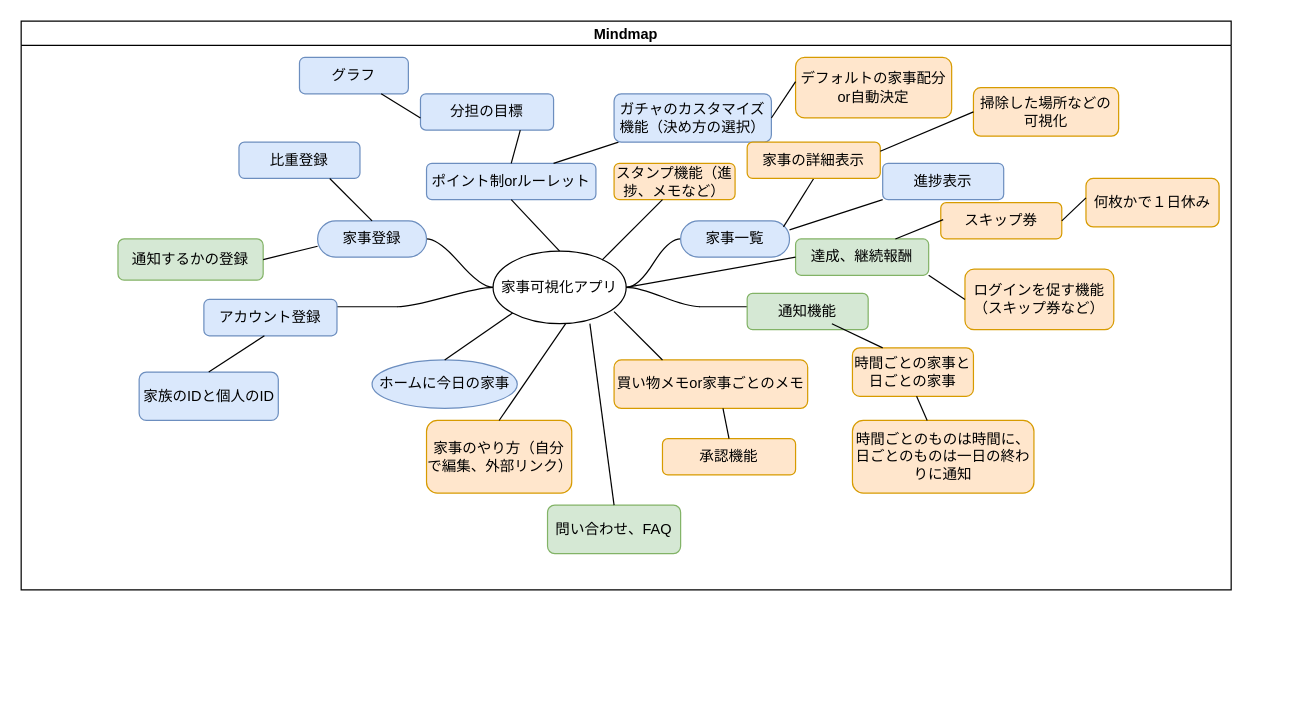
plusdojo2025/E1 keeps this draw.io diagram as documents/mindmap.drawio. Above is the earlier version. Source tidied: cells renumbered, new cells numbered last; positions are measured from the earlier drawing's top-left corner, leaving out a move shared by most shapes. Both pictures are drawn from the tidied source at 121%, with x=0, y=0 at pixel (21, 21).
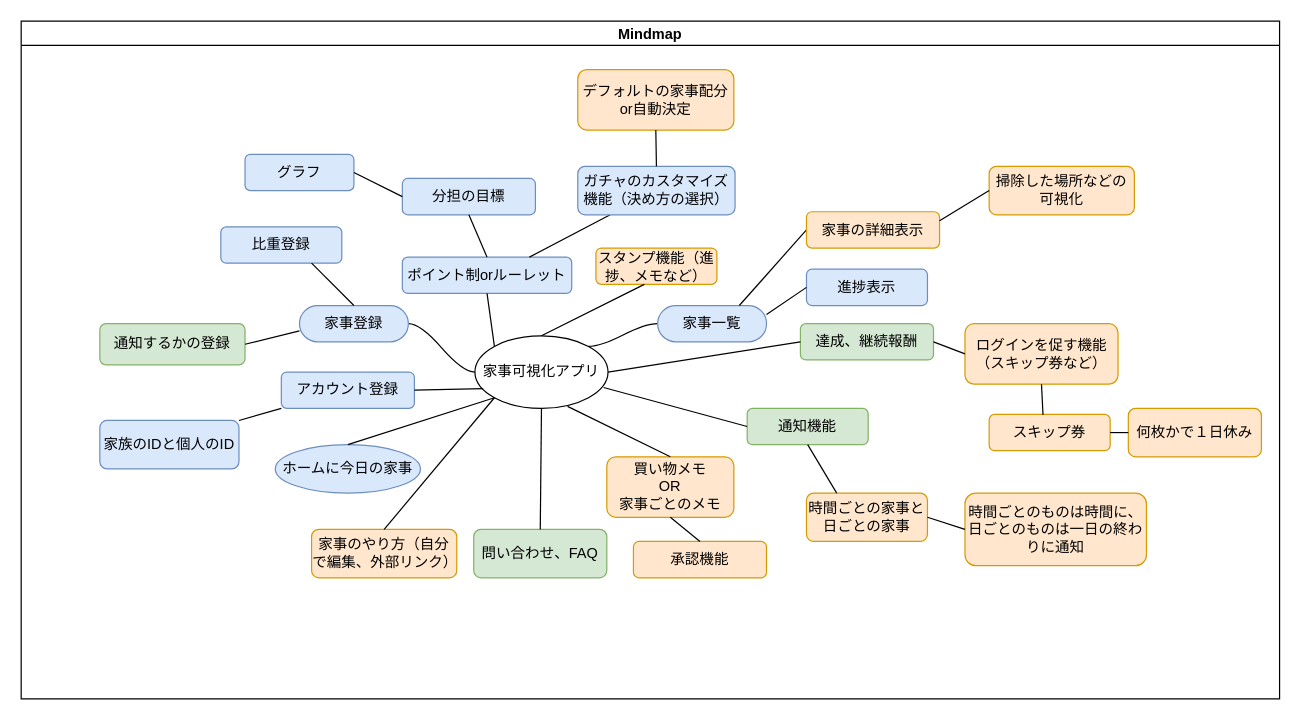
The same diagram, later.

The edit, as a diff of the source:
```diff
@@
     <mxCell id="2" value="Mindmap" style="swimlane;startSize=20;horizontal=1;containerType=tree;" parent="1" vertex="1">
-      <mxGeometry width="1000" height="470" as="geometry" />
+      <mxGeometry width="1040" height="560" as="geometry" />
     </mxCell>
-    <mxCell id="3" style="edgeStyle=entityRelationEdgeStyle;startArrow=none;endArrow=none;segment=10;curved=1;sourcePerimeterSpacing=0;targetPerimeterSpacing=0;" parent="2" edge="1" source="7" target="8">
+    <mxCell id="3" style="edgeStyle=entityRelationEdgeStyle;startArrow=none;endArrow=none;segment=10;curved=1;sourcePerimeterSpacing=0;targetPerimeterSpacing=0;exitX=1;exitY=0;exitDx=0;exitDy=0;" parent="2" edge="1" source="7" target="8">
       <mxGeometry relative="1" as="geometry" />
     </mxCell>
-    <mxCell id="4" style="edgeStyle=entityRelationEdgeStyle;startArrow=none;endArrow=none;segment=10;curved=1;sourcePerimeterSpacing=0;targetPerimeterSpacing=0;" parent="2" edge="1" source="7" target="9">
-      <mxGeometry relative="1" as="geometry" />
-    </mxCell>
@@
-    <mxCell id="6" style="edgeStyle=entityRelationEdgeStyle;startArrow=none;endArrow=none;segment=10;curved=1;sourcePerimeterSpacing=0;targetPerimeterSpacing=0;" parent="2" edge="1" source="7" target="11">
-      <mxGeometry relative="1" as="geometry" />
-    </mxCell>
     <mxCell id="7" value="家事可視化アプリ" style="ellipse;whiteSpace=wrap;html=1;align=center;newEdgeStyle={&quot;edgeStyle&quot;:&quot;entityRelationEdgeStyle&quot;,&quot;startArrow&quot;:&quot;none&quot;,&quot;endArrow&quot;:&quot;none&quot;,&quot;segment&quot;:10,&quot;curved&quot;:1,&quot;sourcePerimeterSpacing&quot;:0,&quot;targetPerimeterSpacing&quot;:0};" parent="2" vertex="1">
-      <mxGeometry x="390" y="190" width="110" height="60" as="geometry" />
+      <mxGeometry x="375" y="260" width="110" height="60" as="geometry" />
     </mxCell>
     <mxCell id="8" value="家事一覧" style="whiteSpace=wrap;html=1;rounded=1;arcSize=50;align=center;verticalAlign=middle;strokeWidth=1;spacing=4;newEdgeStyle={&quot;edgeStyle&quot;:&quot;entityRelationEdgeStyle&quot;,&quot;startArrow&quot;:&quot;none&quot;,&quot;endArrow&quot;:&quot;none&quot;,&quot;segment&quot;:10,&quot;curved&quot;:1,&quot;sourcePerimeterSpacing&quot;:0,&quot;targetPerimeterSpacing&quot;:0};fillColor=#dae8fc;strokeColor=#6c8ebf;" parent="2" vertex="1">
-      <mxGeometry x="545" y="165" width="90" height="30" as="geometry" />
+      <mxGeometry x="526" y="235" width="90" height="30" as="geometry" />
     </mxCell>
-    <mxCell id="9" style="whiteSpace=wrap;html=1;shape=partialRectangle;top=0;left=0;bottom=1;right=0;points=[[0,1],[1,1]];fillColor=none;align=center;verticalAlign=bottom;routingCenterY=0.5;snapToPoint=1;newEdgeStyle={&quot;edgeStyle&quot;:&quot;entityRelationEdgeStyle&quot;,&quot;startArrow&quot;:&quot;none&quot;,&quot;endArrow&quot;:&quot;none&quot;,&quot;segment&quot;:10,&quot;curved&quot;:1,&quot;sourcePerimeterSpacing&quot;:0,&quot;targetPerimeterSpacing&quot;:0};" parent="2" vertex="1">
-      <mxGeometry x="561" y="196" width="50" height="40" as="geometry" />
-    </mxCell>
     <mxCell id="10" value="家事登録" style="whiteSpace=wrap;html=1;rounded=1;arcSize=50;align=center;verticalAlign=middle;strokeWidth=1;spacing=4;newEdgeStyle={&quot;edgeStyle&quot;:&quot;entityRelationEdgeStyle&quot;,&quot;startArrow&quot;:&quot;none&quot;,&quot;endArrow&quot;:&quot;none&quot;,&quot;segment&quot;:10,&quot;curved&quot;:1,&quot;sourcePerimeterSpacing&quot;:0,&quot;targetPerimeterSpacing&quot;:0};fillColor=#dae8fc;strokeColor=#6c8ebf;" parent="2" vertex="1">
-      <mxGeometry x="245" y="165" width="90" height="30" as="geometry" />
+      <mxGeometry x="230" y="235" width="90" height="30" as="geometry" />
     </mxCell>
-    <mxCell id="11" style="whiteSpace=wrap;html=1;shape=partialRectangle;top=0;left=0;bottom=1;right=0;points=[[0,1],[1,1]];fillColor=none;align=center;verticalAlign=bottom;routingCenterY=0.5;snapToPoint=1;newEdgeStyle={&quot;edgeStyle&quot;:&quot;entityRelationEdgeStyle&quot;,&quot;startArrow&quot;:&quot;none&quot;,&quot;endArrow&quot;:&quot;none&quot;,&quot;segment&quot;:10,&quot;curved&quot;:1,&quot;sourcePerimeterSpacing&quot;:0,&quot;targetPerimeterSpacing&quot;:0};" parent="2" vertex="1">
-      <mxGeometry x="261" y="196" width="50" height="40" as="geometry" />
-    </mxCell>
     <mxCell id="12" value="ホームに今日の家事" style="ellipse;whiteSpace=wrap;html=1;fillColor=#dae8fc;strokeColor=#6c8ebf;" parent="2" vertex="1">
-      <mxGeometry x="290" y="280" width="120" height="40" as="geometry" />
+      <mxGeometry x="210" y="350" width="120" height="40" as="geometry" />
     </mxCell>
@@
     <mxCell id="14" value="進捗表示" style="rounded=1;whiteSpace=wrap;html=1;fillColor=#dae8fc;strokeColor=#6c8ebf;" parent="2" vertex="1">
-      <mxGeometry x="712" y="117.5" width="100" height="30" as="geometry" />
+      <mxGeometry x="649" y="205" width="100" height="30" as="geometry" />
     </mxCell>
-    <mxCell id="15" style="endArrow=none;html=1;entryX=0.5;entryY=1;entryDx=0;entryDy=0;" parent="2" edge="1" target="54">
-      <mxGeometry relative="1" as="geometry">
-        <mxPoint x="630" y="170" as="sourcePoint" />
-      </mxGeometry>
+    <mxCell id="15" style="endArrow=none;html=1;entryX=0;entryY=0.5;entryDx=0;entryDy=0;exitX=0.75;exitY=0;exitDx=0;exitDy=0;" parent="2" edge="1" source="8" target="54">
+      <mxGeometry relative="1" as="geometry" />
     </mxCell>
     <mxCell id="16" value="ポイント制orルーレット" style="rounded=1;whiteSpace=wrap;html=1;fillColor=#dae8fc;strokeColor=#6c8ebf;" parent="2" vertex="1">
-      <mxGeometry x="335" y="117.5" width="140" height="30" as="geometry" />
+      <mxGeometry x="315" y="195" width="140" height="30" as="geometry" />
     </mxCell>
     <mxCell id="17" value="分担の目標" style="rounded=1;whiteSpace=wrap;html=1;fillColor=#dae8fc;strokeColor=#6c8ebf;" parent="2" vertex="1">
-      <mxGeometry x="330" y="60" width="110" height="30" as="geometry" />
+      <mxGeometry x="315" y="130" width="110" height="30" as="geometry" />
     </mxCell>
-    <mxCell id="18" style="endArrow=none;html=1;exitX=0.5;exitY=0;exitDx=0;exitDy=0;entryX=0.75;entryY=1;entryDx=0;entryDy=0;" parent="2" edge="1" source="16" target="17">
+    <mxCell id="18" style="endArrow=none;html=1;exitX=0.5;exitY=0;exitDx=0;exitDy=0;entryX=0.5;entryY=1;entryDx=0;entryDy=0;" parent="2" edge="1" source="16" target="17">
       <mxGeometry relative="1" as="geometry" />
     </mxCell>
-    <mxCell id="19" style="endArrow=none;html=1;exitX=0.5;exitY=0;exitDx=0;exitDy=0;entryX=0.5;entryY=1;entryDx=0;entryDy=0;" parent="2" edge="1" source="7" target="16">
+    <mxCell id="19" style="endArrow=none;html=1;exitX=0;exitY=0;exitDx=0;exitDy=0;entryX=0.5;entryY=1;entryDx=0;entryDy=0;" parent="2" edge="1" source="7" target="16">
       <mxGeometry relative="1" as="geometry" />
     </mxCell>
-    <mxCell id="20" style="edgeStyle=none;html=1;" parent="2" edge="1" source="21">
-      <mxGeometry relative="1" as="geometry">
-        <mxPoint x="600" y="240" as="targetPoint" />
-      </mxGeometry>
-    </mxCell>
     <mxCell id="21" value="通知機能" style="rounded=1;whiteSpace=wrap;html=1;fillColor=#d5e8d4;strokeColor=#82b366;" parent="2" vertex="1">
-      <mxGeometry x="600" y="225" width="100" height="30" as="geometry" />
+      <mxGeometry x="600" y="320" width="100" height="30" as="geometry" />
     </mxCell>
     <mxCell id="22" value="時間ごとの家事と日ごとの家事" style="rounded=1;whiteSpace=wrap;html=1;fillColor=#ffe6cc;strokeColor=#d79b00;" parent="2" vertex="1">
-      <mxGeometry x="687" y="270" width="100" height="40" as="geometry" />
+      <mxGeometry x="649" y="390" width="100" height="40" as="geometry" />
     </mxCell>
     <mxCell id="23" value="時間ごとのものは時間に、日ごとのものは一日の終わりに通知" style="rounded=1;whiteSpace=wrap;html=1;fillColor=#ffe6cc;strokeColor=#d79b00;" parent="2" vertex="1">
-      <mxGeometry x="687" y="330" width="150" height="60" as="geometry" />
+      <mxGeometry x="780" y="390" width="150" height="60" as="geometry" />
     </mxCell>
     <mxCell id="24" value="通知するかの登録" style="rounded=1;whiteSpace=wrap;html=1;fillColor=#d5e8d4;strokeColor=#82b366;" parent="2" vertex="1">
-      <mxGeometry x="80" y="180" width="120" height="34" as="geometry" />
+      <mxGeometry x="65" y="250" width="120" height="34" as="geometry" />
     </mxCell>
     <mxCell id="25" style="endArrow=none;html=1;exitX=1;exitY=0.5;exitDx=0;exitDy=0;" parent="2" edge="1" source="24">
       <mxGeometry relative="1" as="geometry">
-        <mxPoint x="245" y="186" as="targetPoint" />
+        <mxPoint x="230" y="256" as="targetPoint" />
       </mxGeometry>
     </mxCell>
     <mxCell id="26" value="アカウント登録" style="rounded=1;whiteSpace=wrap;html=1;fillColor=#dae8fc;strokeColor=#6c8ebf;" parent="2" vertex="1">
-      <mxGeometry x="151" y="230" width="110" height="30" as="geometry" />
+      <mxGeometry x="215" y="290" width="110" height="30" as="geometry" />
     </mxCell>
     <mxCell id="27" value="家族のIDと個人のID" style="rounded=1;whiteSpace=wrap;html=1;fillColor=#dae8fc;strokeColor=#6c8ebf;" parent="2" vertex="1">
-      <mxGeometry x="97.5" y="290" width="115" height="40" as="geometry" />
+      <mxGeometry x="65" y="330" width="115" height="40" as="geometry" />
     </mxCell>
-    <mxCell id="28" style="endArrow=none;html=1;exitX=0.5;exitY=0;exitDx=0;exitDy=0;" parent="2" edge="1" source="27">
-      <mxGeometry relative="1" as="geometry">
-        <mxPoint x="201" y="260" as="targetPoint" />
-      </mxGeometry>
+    <mxCell id="28" style="endArrow=none;html=1;exitX=1;exitY=0;exitDx=0;exitDy=0;entryX=0;entryY=1;entryDx=0;entryDy=0;" parent="2" edge="1" source="27" target="26">
+      <mxGeometry relative="1" as="geometry" />
     </mxCell>
-    <mxCell id="29" style="endArrow=none;html=1;exitX=0.25;exitY=0;exitDx=0;exitDy=0;" parent="2" edge="1" source="22">
-      <mxGeometry relative="1" as="geometry">
-        <mxPoint x="670" y="250" as="targetPoint" />
-      </mxGeometry>
+    <mxCell id="29" style="endArrow=none;html=1;exitX=0.25;exitY=0;exitDx=0;exitDy=0;entryX=0.5;entryY=1;entryDx=0;entryDy=0;" parent="2" edge="1" source="22" target="21">
+      <mxGeometry relative="1" as="geometry" />
     </mxCell>
-    <mxCell id="30" style="endArrow=none;html=1;" parent="2" edge="1" source="23">
-      <mxGeometry relative="1" as="geometry">
-        <mxPoint x="740" y="310" as="targetPoint" />
-      </mxGeometry>
+    <mxCell id="30" style="endArrow=none;html=1;exitX=0;exitY=0.5;exitDx=0;exitDy=0;entryX=1;entryY=0.5;entryDx=0;entryDy=0;" parent="2" edge="1" source="23" target="22">
+      <mxGeometry relative="1" as="geometry" />
     </mxCell>
     <mxCell id="31" value="比重登録" style="rounded=1;whiteSpace=wrap;html=1;fillColor=#dae8fc;strokeColor=#6c8ebf;" parent="2" vertex="1">
-      <mxGeometry x="180" y="100" width="100" height="30" as="geometry" />
+      <mxGeometry x="165" y="170" width="100" height="30" as="geometry" />
     </mxCell>
     <mxCell id="32" style="endArrow=none;html=1;exitX=0.5;exitY=0;exitDx=0;exitDy=0;" parent="2" edge="1" source="10">
       <mxGeometry relative="1" as="geometry">
-        <mxPoint x="255" y="130" as="targetPoint" />
+        <mxPoint x="240" y="200" as="targetPoint" />
       </mxGeometry>
     </mxCell>
-    <mxCell id="33" value="買い物メモor家事ごとのメモ" style="rounded=1;whiteSpace=wrap;html=1;fillColor=#ffe6cc;strokeColor=#d79b00;" parent="2" vertex="1">
-      <mxGeometry x="490" y="280" width="160" height="40" as="geometry" />
+    <mxCell id="33" value="買い物メモ&lt;div&gt;OR&lt;/div&gt;&lt;div&gt;&lt;span style=&quot;background-color: transparent;&quot;&gt;家事ごとのメモ&lt;/span&gt;&lt;/div&gt;" style="rounded=1;whiteSpace=wrap;html=1;fillColor=#ffe6cc;strokeColor=#d79b00;" parent="2" vertex="1">
+      <mxGeometry x="484" y="360" width="105" height="50" as="geometry" />
     </mxCell>
@@
     <mxCell id="35" value="ガチャのカスタマイズ機能（決め方の選択）" style="rounded=1;whiteSpace=wrap;html=1;fillColor=#dae8fc;strokeColor=#6c8ebf;" parent="2" vertex="1">
-      <mxGeometry x="490" y="60" width="130" height="40" as="geometry" />
+      <mxGeometry x="460" y="120" width="130" height="40" as="geometry" />
     </mxCell>
     <mxCell id="36" value="家事のやり方（自分で編集、外部リンク）" style="rounded=1;whiteSpace=wrap;html=1;fillColor=#ffe6cc;strokeColor=#d79b00;" parent="2" vertex="1">
-      <mxGeometry x="335" y="330" width="120" height="60" as="geometry" />
+      <mxGeometry x="240" y="420" width="120" height="40" as="geometry" />
     </mxCell>
-    <mxCell id="37" style="endArrow=none;html=1;exitX=0.25;exitY=0;exitDx=0;exitDy=0;" parent="2" edge="1" source="33">
-      <mxGeometry relative="1" as="geometry">
-        <mxPoint x="490" y="240" as="targetPoint" />
-      </mxGeometry>
+    <mxCell id="37" style="endArrow=none;html=1;exitX=0.5;exitY=0;exitDx=0;exitDy=0;entryX=0.696;entryY=0.973;entryDx=0;entryDy=0;entryPerimeter=0;" parent="2" edge="1" source="33" target="7">
+      <mxGeometry relative="1" as="geometry" />
     </mxCell>
     <mxCell id="38" value="デフォルトの家事配分or自動決定" style="rounded=1;whiteSpace=wrap;html=1;fillColor=#ffe6cc;strokeColor=#d79b00;" parent="2" vertex="1">
-      <mxGeometry x="640" y="30" width="129" height="50" as="geometry" />
+      <mxGeometry x="460" y="40" width="129" height="50" as="geometry" />
     </mxCell>
-    <mxCell id="39" style="endArrow=none;html=1;exitX=1;exitY=0.5;exitDx=0;exitDy=0;" parent="2" edge="1" source="35">
-      <mxGeometry relative="1" as="geometry">
-        <mxPoint x="640" y="50" as="targetPoint" />
-      </mxGeometry>
+    <mxCell id="39" style="endArrow=none;html=1;exitX=0.5;exitY=0;exitDx=0;exitDy=0;entryX=0.5;entryY=1;entryDx=0;entryDy=0;" parent="2" edge="1" source="35" target="38">
+      <mxGeometry relative="1" as="geometry" />
     </mxCell>
-    <mxCell id="40" style="endArrow=none;html=1;exitX=0.5;exitY=0;exitDx=0;exitDy=0;" parent="2" edge="1" source="36">
-      <mxGeometry relative="1" as="geometry">
-        <mxPoint x="450" y="250" as="targetPoint" />
-      </mxGeometry>
+    <mxCell id="40" style="endArrow=none;html=1;exitX=0.5;exitY=0;exitDx=0;exitDy=0;entryX=0;entryY=1;entryDx=0;entryDy=0;" parent="2" edge="1" source="36" target="7">
+      <mxGeometry relative="1" as="geometry" />
     </mxCell>
     <mxCell id="41" value="承認機能" style="rounded=1;whiteSpace=wrap;html=1;fillColor=#ffe6cc;strokeColor=#d79b00;" parent="2" vertex="1">
-      <mxGeometry x="530" y="345" width="110" height="30" as="geometry" />
+      <mxGeometry x="506" y="430" width="110" height="30" as="geometry" />
     </mxCell>
     <mxCell id="42" value="スタンプ機能（進捗、メモなど）" style="rounded=1;whiteSpace=wrap;html=1;fillColor=#ffe6cc;strokeColor=#d79b00;" parent="2" vertex="1">
-      <mxGeometry x="490" y="117.5" width="100" height="30" as="geometry" />
+      <mxGeometry x="475" y="187.5" width="100" height="30" as="geometry" />
     </mxCell>
-    <mxCell id="43" style="endArrow=none;html=1;exitX=0.5;exitY=0;exitDx=0;exitDy=0;" parent="2" edge="1" source="41">
-      <mxGeometry relative="1" as="geometry">
-        <mxPoint x="580" y="320" as="targetPoint" />
-      </mxGeometry>
+    <mxCell id="43" style="endArrow=none;html=1;exitX=0.5;exitY=0;exitDx=0;exitDy=0;entryX=0.5;entryY=1;entryDx=0;entryDy=0;" parent="2" edge="1" source="41" target="33">
+      <mxGeometry relative="1" as="geometry" />
     </mxCell>
-    <mxCell id="44" style="endArrow=none;html=1;" parent="2" edge="1">
+    <mxCell id="44" style="endArrow=none;html=1;exitX=0.5;exitY=0;exitDx=0;exitDy=0;" parent="2" edge="1" source="7">
       <mxGeometry relative="1" as="geometry">
-        <mxPoint x="480" y="197.5" as="sourcePoint" />
-        <mxPoint x="530" y="147.5" as="targetPoint" />
+        <mxPoint x="515" y="217.5" as="targetPoint" />
       </mxGeometry>
     </mxCell>
     <mxCell id="45" value="問い合わせ、FAQ" style="rounded=1;whiteSpace=wrap;html=1;fillColor=#d5e8d4;strokeColor=#82b366;" parent="2" vertex="1">
-      <mxGeometry x="435" y="400" width="110" height="40" as="geometry" />
+      <mxGeometry x="374" y="420" width="110" height="40" as="geometry" />
     </mxCell>
-    <mxCell id="46" style="endArrow=none;html=1;exitX=0.5;exitY=0;exitDx=0;exitDy=0;" parent="2" edge="1" source="45">
-      <mxGeometry relative="1" as="geometry">
-        <mxPoint x="470" y="250" as="targetPoint" />
-      </mxGeometry>
+    <mxCell id="46" style="endArrow=none;html=1;exitX=0.5;exitY=0;exitDx=0;exitDy=0;entryX=0.5;entryY=1;entryDx=0;entryDy=0;" parent="2" edge="1" source="45" target="7">
+      <mxGeometry relative="1" as="geometry" />
     </mxCell>
     <mxCell id="47" value="ログインを促す機能&lt;div&gt;（スキップ券など）&lt;/div&gt;" style="rounded=1;whiteSpace=wrap;html=1;fillColor=#ffe6cc;strokeColor=#d79b00;" parent="2" vertex="1">
-      <mxGeometry x="780" y="205" width="123" height="50" as="geometry" />
+      <mxGeometry x="780" y="250" width="126.5" height="50" as="geometry" />
     </mxCell>
     <mxCell id="48" value="スキップ券" style="rounded=1;whiteSpace=wrap;html=1;fillColor=#ffe6cc;strokeColor=#d79b00;" parent="2" vertex="1">
-      <mxGeometry x="760" y="150" width="100" height="30" as="geometry" />
+      <mxGeometry x="800" y="325" width="100" height="30" as="geometry" />
     </mxCell>
     <mxCell id="49" value="何枚かで１日休み" style="rounded=1;whiteSpace=wrap;html=1;fillColor=#ffe6cc;strokeColor=#d79b00;" parent="2" vertex="1">
-      <mxGeometry x="880" y="130" width="110" height="40" as="geometry" />
+      <mxGeometry x="915" y="320" width="110" height="40" as="geometry" />
     </mxCell>
     <mxCell id="50" value="達成、継続報酬" style="rounded=1;whiteSpace=wrap;html=1;fillColor=#d5e8d4;strokeColor=#82b366;" parent="2" vertex="1">
-      <mxGeometry x="640" y="180" width="110" height="30" as="geometry" />
+      <mxGeometry x="644" y="250" width="110" height="30" as="geometry" />
     </mxCell>
-    <mxCell id="51" style="endArrow=none;html=1;" parent="2" edge="1">
-      <mxGeometry relative="1" as="geometry">
-        <mxPoint x="500" y="220" as="sourcePoint" />
-        <mxPoint x="640" y="195" as="targetPoint" />
-      </mxGeometry>
+    <mxCell id="51" style="endArrow=none;html=1;exitX=1;exitY=0.5;exitDx=0;exitDy=0;entryX=0;entryY=0.5;entryDx=0;entryDy=0;" parent="2" edge="1" source="7" target="50">
+      <mxGeometry relative="1" as="geometry" />
     </mxCell>
     <mxCell id="52" value="掃除した場所などの可視化" style="rounded=1;whiteSpace=wrap;html=1;fillColor=#ffe6cc;strokeColor=#d79b00;" parent="2" vertex="1">
-      <mxGeometry x="787" y="55" width="120" height="40" as="geometry" />
+      <mxGeometry x="800" y="120" width="120" height="40" as="geometry" />
     </mxCell>
-    <mxCell id="53" style="endArrow=none;html=1;exitX=0.75;exitY=0;exitDx=0;exitDy=0;" parent="2" edge="1" source="50">
-      <mxGeometry relative="1" as="geometry">
-        <mxPoint x="762" y="164" as="targetPoint" />
-      </mxGeometry>
+    <mxCell id="53" style="endArrow=none;html=1;exitX=0.5;exitY=1;exitDx=0;exitDy=0;entryX=0.445;entryY=0.013;entryDx=0;entryDy=0;entryPerimeter=0;" parent="2" edge="1" source="47" target="48">
+      <mxGeometry relative="1" as="geometry" />
     </mxCell>
     <mxCell id="54" value="家事の詳細表示" style="rounded=1;whiteSpace=wrap;html=1;fillColor=#ffe6cc;strokeColor=#d79b00;" parent="2" vertex="1">
-      <mxGeometry x="600" y="100" width="110" height="30" as="geometry" />
+      <mxGeometry x="649" y="157.5" width="110" height="30" as="geometry" />
     </mxCell>
-    <mxCell id="55" style="endArrow=none;html=1;exitX=1;exitY=0.25;exitDx=0;exitDy=0;" parent="2" edge="1" source="8">
-      <mxGeometry relative="1" as="geometry">
-        <mxPoint x="712" y="147.5" as="targetPoint" />
-      </mxGeometry>
+    <mxCell id="55" style="endArrow=none;html=1;exitX=1;exitY=0.25;exitDx=0;exitDy=0;entryX=0;entryY=0.5;entryDx=0;entryDy=0;" parent="2" edge="1" source="8" target="14">
+      <mxGeometry relative="1" as="geometry" />
     </mxCell>
@@
-    <mxCell id="57" style="endArrow=none;html=1;exitX=1;exitY=0.5;exitDx=0;exitDy=0;" parent="2" edge="1" source="48">
-      <mxGeometry relative="1" as="geometry">
-        <mxPoint x="880" y="146" as="targetPoint" />
-      </mxGeometry>
+    <mxCell id="57" style="endArrow=none;html=1;exitX=1;exitY=0.5;exitDx=0;exitDy=0;entryX=0;entryY=0.5;entryDx=0;entryDy=0;" parent="2" edge="1" source="48" target="49">
+      <mxGeometry relative="1" as="geometry" />
     </mxCell>
-    <mxCell id="58" style="endArrow=none;html=1;exitX=0;exitY=0.5;exitDx=0;exitDy=0;" parent="2" edge="1" source="47">
-      <mxGeometry relative="1" as="geometry">
-        <mxPoint x="750" y="210" as="targetPoint" />
-      </mxGeometry>
+    <mxCell id="58" style="endArrow=none;html=1;exitX=0;exitY=0.5;exitDx=0;exitDy=0;entryX=1;entryY=0.5;entryDx=0;entryDy=0;" parent="2" edge="1" source="47" target="50">
+      <mxGeometry relative="1" as="geometry" />
     </mxCell>
     <mxCell id="59" value="グラフ" style="rounded=1;whiteSpace=wrap;html=1;fillColor=#dae8fc;strokeColor=#6c8ebf;" parent="2" vertex="1">
-      <mxGeometry x="230" y="30" width="90" height="30" as="geometry" />
+      <mxGeometry x="185" y="110" width="90" height="30" as="geometry" />
     </mxCell>
-    <mxCell id="60" style="endArrow=none;html=1;entryX=0.75;entryY=1;entryDx=0;entryDy=0;" parent="2" edge="1" target="59">
-      <mxGeometry relative="1" as="geometry">
-        <mxPoint x="330" y="80" as="sourcePoint" />
-      </mxGeometry>
+    <mxCell id="60" style="endArrow=none;html=1;entryX=1;entryY=0.5;entryDx=0;entryDy=0;exitX=0;exitY=0.5;exitDx=0;exitDy=0;" parent="2" edge="1" source="17" target="59">
+      <mxGeometry relative="1" as="geometry" />
     </mxCell>
+    <mxCell id="61" style="endArrow=none;html=1;exitX=1;exitY=0.5;exitDx=0;exitDy=0;entryX=0.062;entryY=0.727;entryDx=0;entryDy=0;entryPerimeter=0;" parent="2" edge="1" source="26" target="7">
+      <mxGeometry relative="1" as="geometry" />
+    </mxCell>
+    <mxCell id="62" style="endArrow=none;html=1;exitX=0.967;exitY=0.713;exitDx=0;exitDy=0;exitPerimeter=0;entryX=0;entryY=0.5;entryDx=0;entryDy=0;" parent="2" edge="1" source="7" target="21">
+      <mxGeometry relative="1" as="geometry" />
+    </mxCell>
```
